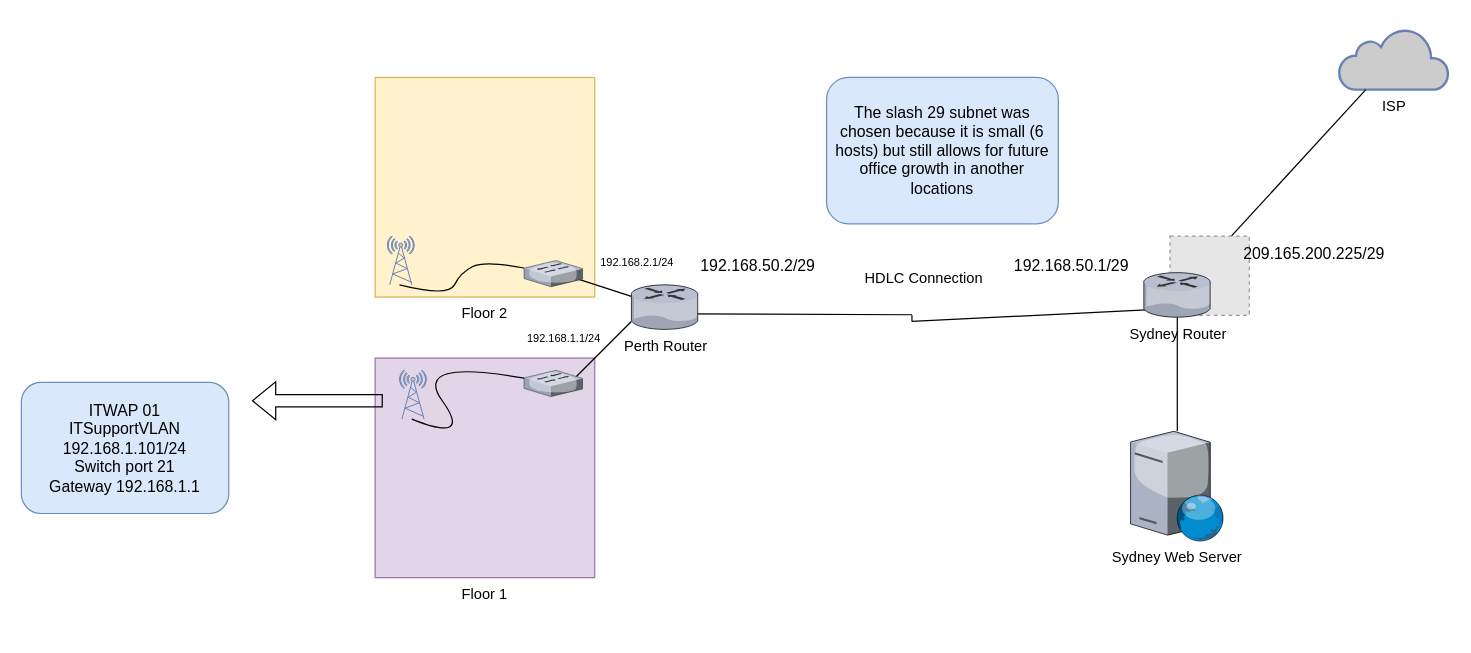
Above: Case Study Diagram v1.drawio in TechWiz-3/Network-Diagrams (draw.io), before the change. Source tidied: cells renumbered, new cells numbered last; positions are measured from the earlier drawing's top-left corner, leaving out a move shared by most shapes. Both pictures are drawn from the tidied source at 122%, with x=0, y=0 at pixel (21, 28). Pictures stored in the file or linked from it are replaced by grey dashed boxes.
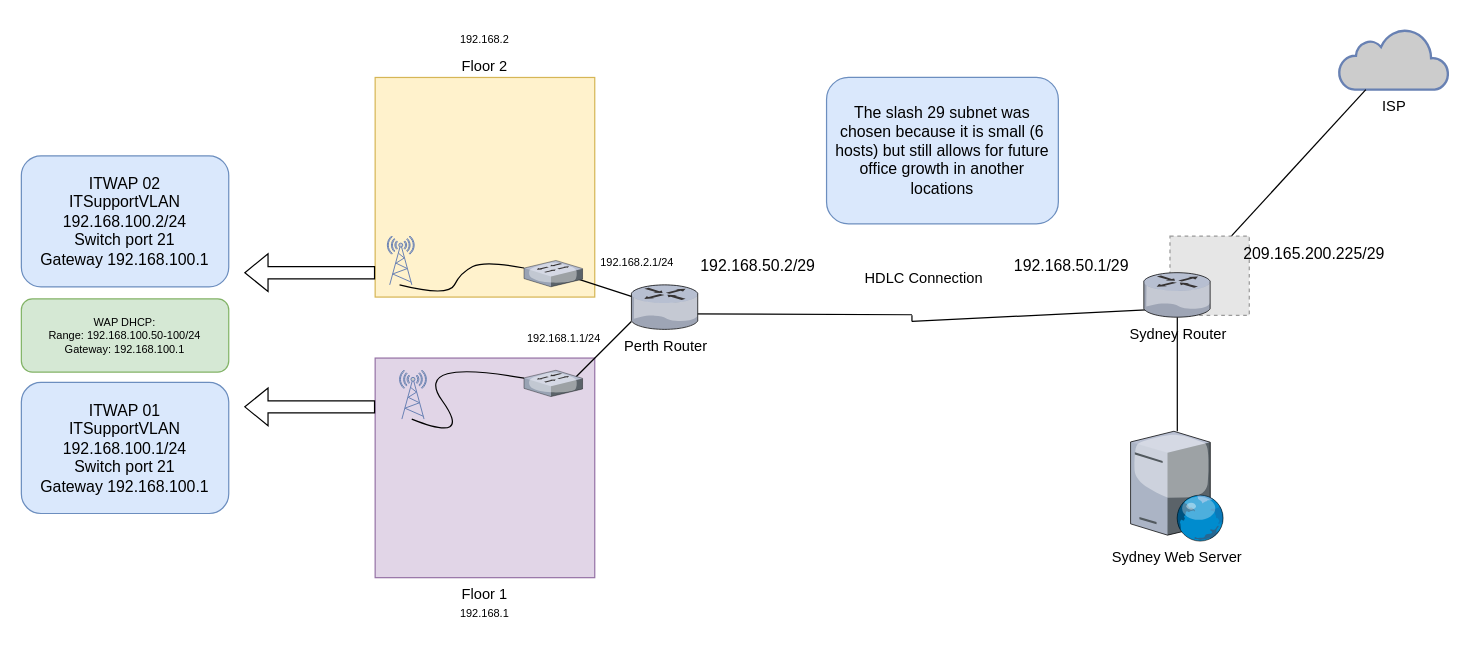
After the change.

Commit message:
👌 IMPROVE: VLANs w/ WAP settings

Diff of the diagram source:
```diff
@@
-    <mxCell id="7" value="Floor 2" style="whiteSpace=wrap;html=1;strokeColor=#d6b656;fillColor=#fff2cc;labelPosition=center;verticalLabelPosition=bottom;align=center;verticalAlign=top;" parent="1" vertex="1">
+    <mxCell id="7" value="Floor 2" style="whiteSpace=wrap;html=1;strokeColor=#d6b656;fillColor=#fff2cc;labelPosition=center;verticalLabelPosition=top;align=center;verticalAlign=bottom;" parent="1" vertex="1">
       <mxGeometry x="290" y="40" width="180" height="180" as="geometry" />
     </mxCell>
@@
-    <mxCell id="29" value="ITWAP 01&lt;br&gt;&lt;div&gt;ITSupportVLAN&lt;/div&gt;&lt;div&gt;192.168.1.101/24&lt;/div&gt;&lt;div&gt;Switch port 21&lt;/div&gt;&lt;div&gt;Gateway 192.168.1.1&lt;br&gt;&lt;/div&gt;" style="rounded=1;whiteSpace=wrap;html=1;fontSize=13;strokeColor=#6c8ebf;fillColor=#dae8fc;" parent="1" vertex="1">
+    <mxCell id="29" value="ITWAP 01&lt;br&gt;&lt;div&gt;ITSupportVLAN&lt;/div&gt;&lt;div&gt;192.168.100.1/24&lt;/div&gt;&lt;div&gt;Switch port 21&lt;/div&gt;&lt;div&gt;Gateway 192.168.100.1&lt;br&gt;&lt;/div&gt;" style="rounded=1;whiteSpace=wrap;html=1;fontSize=13;strokeColor=#6c8ebf;fillColor=#dae8fc;" parent="1" vertex="1">
       <mxGeometry y="290" width="170" height="107.4" as="geometry" />
     </mxCell>
     <mxCell id="30" style="shape=flexArrow;endArrow=classic;html=1;rounded=0;fontSize=13;fontColor=#000000;exitX=0.33;exitY=0.5;exitDx=0;exitDy=0;exitPerimeter=0;" parent="1" edge="1">
       <mxGeometry relative="1" as="geometry">
-        <mxPoint x="296.3" y="305" as="sourcePoint" />
-        <mxPoint x="189" y="305" as="targetPoint" />
+        <mxPoint x="290" y="310" as="sourcePoint" />
+        <mxPoint x="182.7" y="310" as="targetPoint" />
       </mxGeometry>
     </mxCell>
@@
+    <mxCell id="33" value="ITWAP 02&lt;br&gt;&lt;div&gt;ITSupportVLAN&lt;/div&gt;&lt;div&gt;192.168.100.2/24&lt;/div&gt;&lt;div&gt;Switch port 21&lt;/div&gt;&lt;div&gt;Gateway 192.168.100.1&lt;br&gt;&lt;/div&gt;" style="rounded=1;whiteSpace=wrap;html=1;fontSize=13;strokeColor=#6c8ebf;fillColor=#dae8fc;" parent="1" vertex="1">
+      <mxGeometry y="104.3" width="170" height="107.4" as="geometry" />
+    </mxCell>
+    <mxCell id="34" style="shape=flexArrow;endArrow=classic;html=1;rounded=0;fontSize=13;fontColor=#000000;exitX=0.33;exitY=0.5;exitDx=0;exitDy=0;exitPerimeter=0;" parent="1" edge="1">
+      <mxGeometry relative="1" as="geometry">
+        <mxPoint x="290" y="200" as="sourcePoint" />
+        <mxPoint x="182.7" y="200" as="targetPoint" />
+      </mxGeometry>
+    </mxCell>
+    <mxCell id="35" value="192.168.2" style="text;html=1;strokeColor=none;fillColor=none;align=center;verticalAlign=middle;whiteSpace=wrap;rounded=0;fontSize=9;fontColor=#000000;" parent="1" vertex="1">
+      <mxGeometry x="350" y="-6" width="60" height="30" as="geometry" />
+    </mxCell>
+    <mxCell id="36" value="192.168.1" style="text;html=1;strokeColor=none;fillColor=none;align=center;verticalAlign=middle;whiteSpace=wrap;rounded=0;fontSize=9;fontColor=#000000;" parent="1" vertex="1">
+      <mxGeometry x="350" y="464.5" width="60" height="30" as="geometry" />
+    </mxCell>
+    <mxCell id="37" value="&lt;div&gt;WAP DHCP:&lt;/div&gt;&lt;div&gt;Range: 192.168.100.50-100/24&lt;/div&gt;&lt;div&gt;Gateway: 192.168.100.1&lt;br&gt;&lt;/div&gt;" style="rounded=1;whiteSpace=wrap;html=1;fontSize=9;strokeColor=#82b366;fillColor=#d5e8d4;" parent="1" vertex="1">
+      <mxGeometry y="221.5" width="170" height="60" as="geometry" />
+    </mxCell>
```
